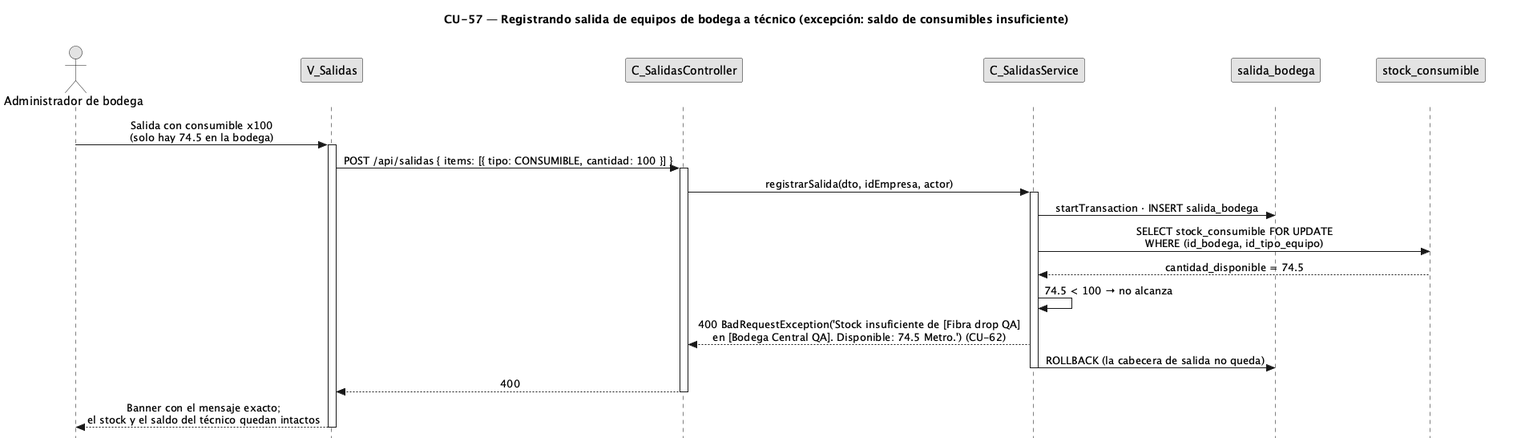
Above: diagramas/diagramas-secuencia/CU57/CU57-exc-stock-insuficiente.png in FSM-Finet-y-Cable-Magico/Team_1-Inventario-y-Bodega (PlantUML), before the change.
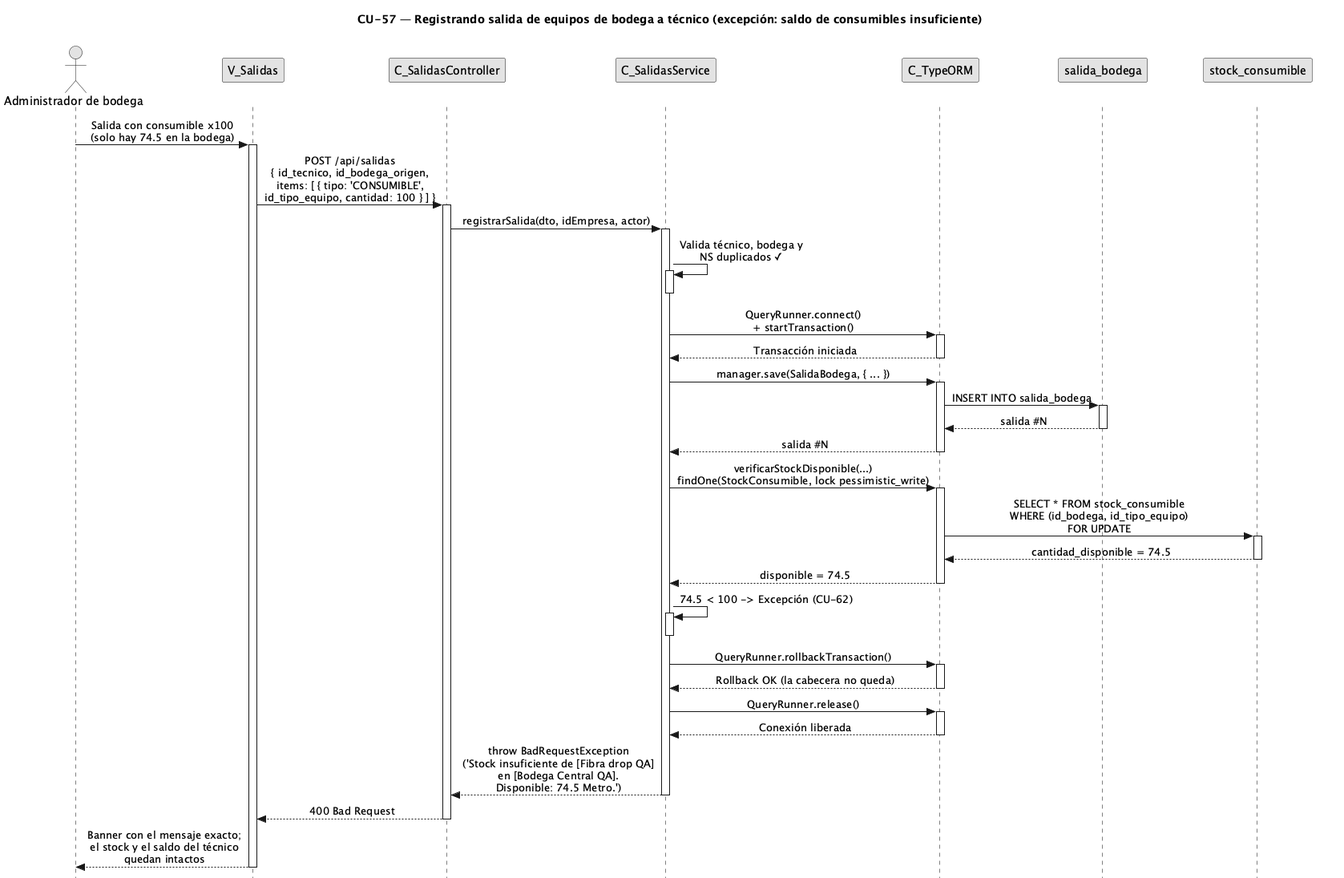
The same file after the commit.

Diff of the diagram source:
```diff
@@ -24,24 +24,66 @@
 participant "V_Salidas" as view
 participant "C_SalidasController" as ctrl
 participant "C_SalidasService" as svc
+participant "C_TypeORM" as orm
 participant "salida_bodega" as sald
 participant "stock_consumible" as stock
 
 user -> view : Salida con consumible x100\n(solo hay 74.5 en la bodega)
 activate view
-view -> ctrl : POST /api/salidas { items: [{ tipo: CONSUMIBLE, cantidad: 100 }] }
+
+view -> ctrl : POST /api/salidas\n{ id_tecnico, id_bodega_origen,\nitems: [ { tipo: 'CONSUMIBLE',\nid_tipo_equipo, cantidad: 100 } ] }
 activate ctrl
+
 ctrl -> svc : registrarSalida(dto, idEmpresa, actor)
 activate svc
-svc -> sald : startTransaction · INSERT salida_bodega
-svc -> stock : SELECT stock_consumible FOR UPDATE\nWHERE (id_bodega, id_tipo_equipo)
-stock --> svc : cantidad_disponible = 74.5
-svc -> svc : 74.5 < 100 → no alcanza
-svc --> ctrl : 400 BadRequestException('Stock insuficiente de [Fibra drop QA]\nen [Bodega Central QA]. Disponible: 74.5 Metro.') (CU-62)
-svc -> sald :ROLLBACK (la cabecera de salida no queda)
+
+svc -> svc : Valida técnico, bodega y\nNS duplicados ✓
+activate svc
 deactivate svc
-ctrl --> view : 400
+
+svc -> orm : QueryRunner.connect()\n+ startTransaction()
+activate orm
+orm --> svc : Transacción iniciada
+deactivate orm
+
+svc -> orm : manager.save(SalidaBodega, { ... })
+activate orm
+orm -> sald : INSERT INTO salida_bodega
+activate sald
+sald --> orm : salida #N
+deactivate sald
+orm --> svc : salida #N
+deactivate orm
+
+svc -> orm : verificarStockDisponible(...)\nfindOne(StockConsumible, lock pessimistic_write)
+activate orm
+orm -> stock : SELECT * FROM stock_consumible\nWHERE (id_bodega, id_tipo_equipo)\nFOR UPDATE
+activate stock
+stock --> orm : cantidad_disponible = 74.5
+deactivate stock
+orm --> svc : disponible = 74.5
+deactivate orm
+
+svc -> svc : 74.5 < 100 -> Excepción (CU-62)
+activate svc
+deactivate svc
+
+svc -> orm : QueryRunner.rollbackTransaction()
+activate orm
+orm --> svc : Rollback OK (la cabecera no queda)
+deactivate orm
+
+svc -> orm : QueryRunner.release()
+activate orm
+orm --> svc : Conexión liberada
+deactivate orm
+
+svc --> ctrl : throw BadRequestException\n('Stock insuficiente de [Fibra drop QA]\nen [Bodega Central QA].\nDisponible: 74.5 Metro.')
+deactivate svc
+
+ctrl --> view : 400 Bad Request
 deactivate ctrl
-view --> user : Banner con el mensaje exacto;\nel stock y el saldo del técnico quedan intactos
+
+view --> user : Banner con el mensaje exacto;\nel stock y el saldo del técnico\nquedan intactos
 deactivate view
 @enduml
```
